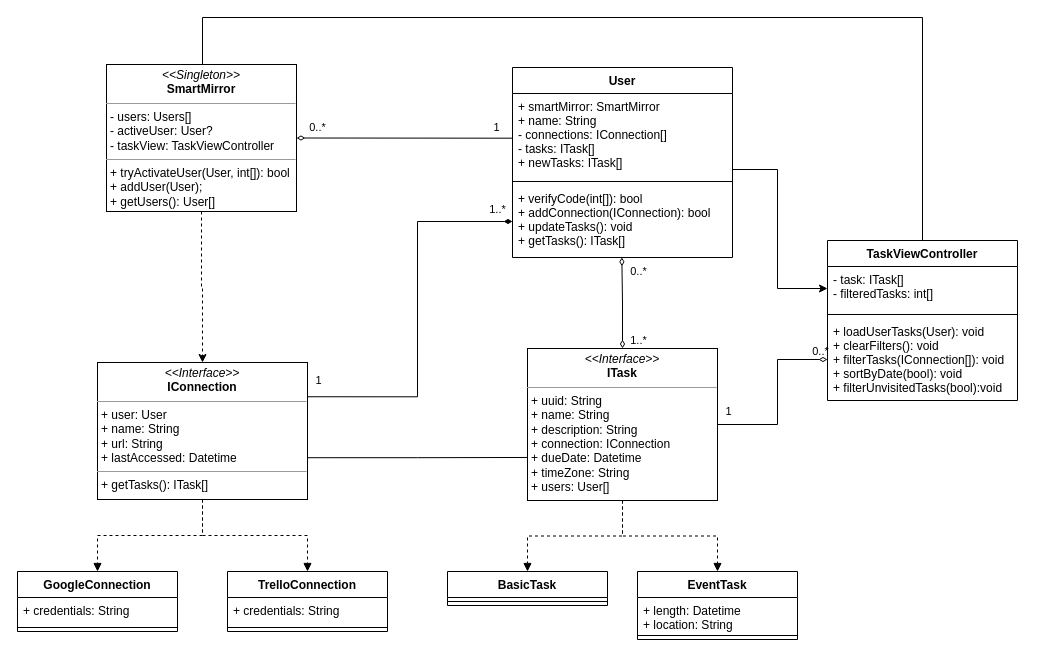
Before: page "objects" (1 of 8) of smart-mirror.drawio in Bab-Lab/smart-mirror, a draw.io diagram. Source tidied: cells renumbered, new cells numbered last; positions are measured from the earlier drawing's top-left corner, leaving out a move shared by most shapes. Both pictures are drawn from the tidied source at 100%, with x=0, y=0 at pixel (17, 17).
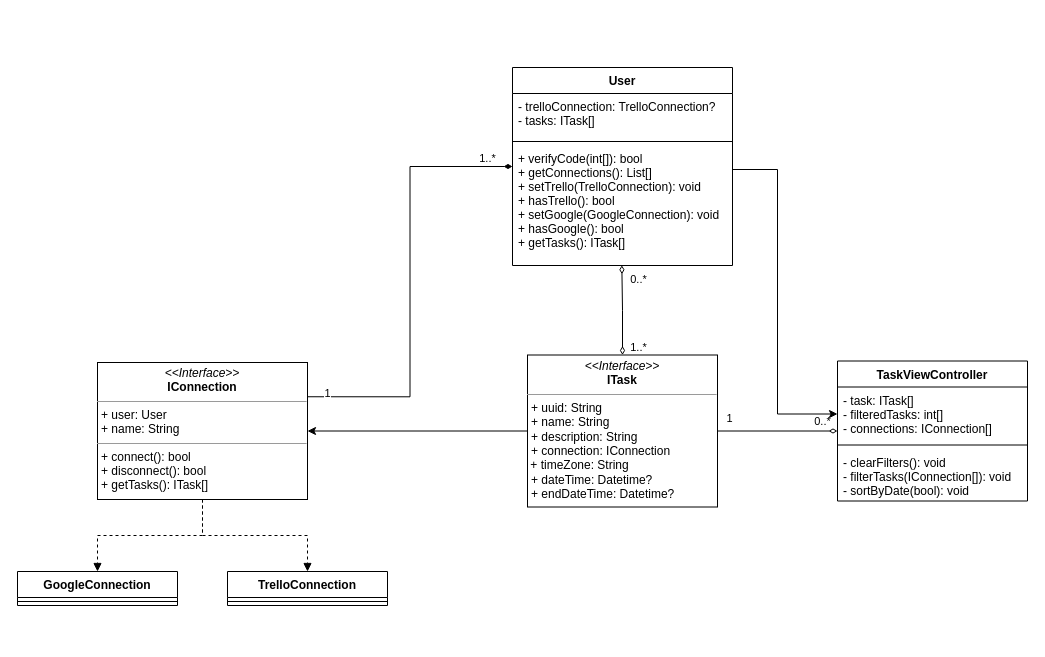
The same diagram, later.

Diff of the diagram source:
```diff
@@
-    <mxCell id="5" style="edgeStyle=orthogonalEdgeStyle;rounded=0;jettySize=auto;html=1;startArrow=none;startFill=0;endArrow=diamondThin;endFill=0;entryX=0;entryY=0.5;entryDx=0;entryDy=0;labelBackgroundColor=none;exitX=1;exitY=0.5;exitDx=0;exitDy=0;" parent="1" edge="1" source="10" target="26">
-      <mxGeometry relative="1" as="geometry">
-        <Array as="points">
-          <mxPoint x="760" y="407" />
-          <mxPoint x="760" y="342" />
-        </Array>
-      </mxGeometry>
-    </mxCell>
-    <mxCell id="6" value="1" style="edgeLabel;html=1;align=center;verticalAlign=middle;labelBackgroundColor=none;" parent="5" vertex="1">
-      <mxGeometry x="-0.81" y="-1" relative="1" as="geometry">
-        <mxPoint x="-7" y="-15" as="offset" />
-      </mxGeometry>
-    </mxCell>
-    <mxCell id="7" value="0..*" style="edgeLabel;html=1;align=center;verticalAlign=middle;labelBackgroundColor=none;" parent="5" vertex="1">
-      <mxGeometry x="-0.48" relative="1" as="geometry">
-        <mxPoint x="56" y="-74" as="offset" />
-      </mxGeometry>
-    </mxCell>
-    <mxCell id="8" style="edgeStyle=orthogonalEdgeStyle;rounded=0;jettySize=auto;html=1;startArrow=none;startFill=0;endArrow=block;endFill=1;dashed=1;labelBackgroundColor=none;" parent="1" edge="1" source="10" target="42">
-      <mxGeometry relative="1" as="geometry" />
-    </mxCell>
-    <mxCell id="9" style="edgeStyle=orthogonalEdgeStyle;rounded=0;jettySize=auto;html=1;dashed=1;startArrow=none;startFill=0;endArrow=block;endFill=1;labelBackgroundColor=none;" parent="1" edge="1" source="10" target="39">
-      <mxGeometry relative="1" as="geometry" />
-    </mxCell>
+    <mxCell id="44" style="edgeStyle=orthogonalEdgeStyle;rounded=0;jettySize=auto;html=1;entryX=1;entryY=0.5;entryDx=0;entryDy=0;" parent="1" edge="1" source="10" target="17">
+      <mxGeometry relative="1" as="geometry" />
+    </mxCell>
+    <mxCell id="45" style="edgeStyle=orthogonalEdgeStyle;rounded=0;jettySize=auto;html=1;endArrow=diamondThin;endFill=0;" parent="1" edge="1" source="10" target="23">
+      <mxGeometry relative="1" as="geometry" />
+    </mxCell>
+    <mxCell id="46" value="0..*" style="edgeLabel;html=1;align=center;verticalAlign=middle;" parent="45" vertex="1">
+      <mxGeometry x="0.73" y="1" relative="1" as="geometry">
+        <mxPoint y="-9" as="offset" />
+      </mxGeometry>
+    </mxCell>
+    <mxCell id="47" value="1" style="edgeLabel;html=1;align=center;verticalAlign=middle;" parent="45" vertex="1">
+      <mxGeometry x="-0.81" y="1" relative="1" as="geometry">
+        <mxPoint y="-12" as="offset" />
+      </mxGeometry>
+    </mxCell>
-    <mxCell id="10" value="&lt;p style=&quot;margin: 0px ; margin-top: 4px ; text-align: center&quot;&gt;&lt;i&gt;&amp;lt;&amp;lt;Interface&amp;gt;&amp;gt;&lt;/i&gt;&lt;br&gt;&lt;b&gt;ITask&lt;/b&gt;&lt;/p&gt;&lt;hr size=&quot;1&quot;&gt;&lt;p style=&quot;margin: 0px ; margin-left: 4px&quot;&gt;+ uuid: String&lt;br&gt;+ name: String&lt;/p&gt;&lt;p style=&quot;margin: 0px ; margin-left: 4px&quot;&gt;+ description: String&lt;/p&gt;&lt;p style=&quot;margin: 0px ; margin-left: 4px&quot;&gt;+ connection: IConnection&lt;/p&gt;&lt;p style=&quot;margin: 0px ; margin-left: 4px&quot;&gt;+ dueDate: Datetime&lt;/p&gt;&lt;p style=&quot;margin: 0px ; margin-left: 4px&quot;&gt;+ timeZone: String&lt;/p&gt;&lt;p style=&quot;margin: 0px ; margin-left: 4px&quot;&gt;+ users: User[]&lt;/p&gt;&lt;hr size=&quot;1&quot;&gt;&lt;p style=&quot;margin: 0px ; margin-left: 4px&quot;&gt;&lt;br&gt;&lt;/p&gt;" style="verticalAlign=top;align=left;overflow=fill;fontSize=12;fontFamily=Helvetica;html=1;labelBackgroundColor=none;" parent="1" vertex="1">
-      <mxGeometry x="510" y="331" width="190" height="152" as="geometry" />
+    <mxCell id="10" value="&lt;p style=&quot;margin: 0px ; margin-top: 4px ; text-align: center&quot;&gt;&lt;i&gt;&amp;lt;&amp;lt;Interface&amp;gt;&amp;gt;&lt;/i&gt;&lt;br&gt;&lt;b&gt;ITask&lt;/b&gt;&lt;/p&gt;&lt;hr size=&quot;1&quot;&gt;&lt;p style=&quot;margin: 0px ; margin-left: 4px&quot;&gt;+ uuid: String&lt;br&gt;+ name: String&lt;/p&gt;&lt;p style=&quot;margin: 0px ; margin-left: 4px&quot;&gt;+ description: String&lt;/p&gt;&lt;p style=&quot;margin: 0px ; margin-left: 4px&quot;&gt;+ connection: IConnection&lt;/p&gt;&amp;nbsp;+ timeZone: String&lt;p style=&quot;margin: 0px ; margin-left: 4px&quot;&gt;+ dateTime: Datetime?&lt;/p&gt;&lt;p style=&quot;margin: 0px ; margin-left: 4px&quot;&gt;+ endDateTime: Datetime?&lt;/p&gt;&lt;hr size=&quot;1&quot;&gt;&lt;p style=&quot;margin: 0px ; margin-left: 4px&quot;&gt;&lt;br&gt;&lt;/p&gt;" style="verticalAlign=top;align=left;overflow=fill;fontSize=12;fontFamily=Helvetica;html=1;labelBackgroundColor=none;" parent="1" vertex="1">
+      <mxGeometry x="510" y="337.5" width="190" height="152" as="geometry" />
     </mxCell>
-    <mxCell id="11" style="edgeStyle=orthogonalEdgeStyle;rounded=0;jettySize=auto;html=1;entryX=-0.002;entryY=0.717;entryDx=0;entryDy=0;endArrow=none;endFill=0;exitX=0.999;exitY=0.695;exitDx=0;exitDy=0;labelBackgroundColor=none;exitPerimeter=0;entryPerimeter=0;" parent="1" edge="1" source="17" target="10">
-      <mxGeometry relative="1" as="geometry" />
-    </mxCell>
@@
-    <mxCell id="14" style="edgeStyle=orthogonalEdgeStyle;rounded=0;jettySize=auto;html=1;startArrow=none;startFill=0;endArrow=diamondThin;endFill=1;entryX=0;entryY=0.5;entryDx=0;entryDy=0;exitX=1;exitY=0.25;exitDx=0;exitDy=0;labelBackgroundColor=none;" parent="1" edge="1" source="17" target="22">
-      <mxGeometry relative="1" as="geometry">
-        <Array as="points">
-          <mxPoint x="400" y="379" />
-          <mxPoint x="400" y="204" />
-        </Array>
-      </mxGeometry>
-    </mxCell>
-    <mxCell id="15" value="1" style="edgeLabel;html=1;align=center;verticalAlign=middle;labelBackgroundColor=none;" parent="14" vertex="1">
-      <mxGeometry x="-0.85" y="-1" relative="1" as="geometry">
-        <mxPoint x="-18" y="-18" as="offset" />
-      </mxGeometry>
-    </mxCell>
-    <mxCell id="16" value="1..*" style="edgeLabel;html=1;align=center;verticalAlign=middle;labelBackgroundColor=none;" parent="14" vertex="1">
-      <mxGeometry x="0.82" y="3" relative="1" as="geometry">
-        <mxPoint x="19" y="-10" as="offset" />
-      </mxGeometry>
-    </mxCell>
-    <mxCell id="17" value="&lt;p style=&quot;margin: 0px ; margin-top: 4px ; text-align: center&quot;&gt;&lt;i&gt;&amp;lt;&amp;lt;Interface&amp;gt;&amp;gt;&lt;/i&gt;&lt;br&gt;&lt;b&gt;IConnection&lt;/b&gt;&lt;/p&gt;&lt;hr size=&quot;1&quot;&gt;&lt;p style=&quot;margin: 0px ; margin-left: 4px&quot;&gt;+ user: User&lt;/p&gt;&lt;p style=&quot;margin: 0px ; margin-left: 4px&quot;&gt;+ name: String&lt;/p&gt;&lt;p style=&quot;margin: 0px ; margin-left: 4px&quot;&gt;+ url: String&lt;br&gt;+ lastAccessed: Datetime&lt;/p&gt;&lt;hr size=&quot;1&quot;&gt;&lt;p style=&quot;margin: 0px ; margin-left: 4px&quot;&gt;&lt;span&gt;+ getTasks(): ITask[]&amp;nbsp;&lt;/span&gt;&lt;br&gt;&lt;/p&gt;" style="verticalAlign=top;align=left;overflow=fill;fontSize=12;fontFamily=Helvetica;html=1;labelBackgroundColor=none;" parent="1" vertex="1">
+    <mxCell id="17" value="&lt;p style=&quot;margin: 0px ; margin-top: 4px ; text-align: center&quot;&gt;&lt;i&gt;&amp;lt;&amp;lt;Interface&amp;gt;&amp;gt;&lt;/i&gt;&lt;br&gt;&lt;b&gt;IConnection&lt;/b&gt;&lt;/p&gt;&lt;hr size=&quot;1&quot;&gt;&lt;p style=&quot;margin: 0px ; margin-left: 4px&quot;&gt;+ user: User&lt;/p&gt;&lt;p style=&quot;margin: 0px ; margin-left: 4px&quot;&gt;+ name: String&lt;/p&gt;&lt;hr size=&quot;1&quot;&gt;&lt;p style=&quot;margin: 0px ; margin-left: 4px&quot;&gt;&lt;span&gt;+ connect(): bool&lt;/span&gt;&lt;/p&gt;&lt;p style=&quot;margin: 0px ; margin-left: 4px&quot;&gt;&lt;span&gt;+ disconnect(): bool&lt;/span&gt;&lt;/p&gt;&lt;p style=&quot;margin: 0px ; margin-left: 4px&quot;&gt;&lt;span&gt;+ getTasks(): ITask[]&amp;nbsp;&lt;/span&gt;&lt;br&gt;&lt;/p&gt;" style="verticalAlign=top;align=left;overflow=fill;fontSize=12;fontFamily=Helvetica;html=1;labelBackgroundColor=none;" parent="1" vertex="1">
       <mxGeometry x="80" y="345" width="210" height="137" as="geometry" />
     </mxCell>
     <mxCell id="18" style="edgeStyle=orthogonalEdgeStyle;rounded=0;jettySize=auto;html=1;startArrow=none;startFill=0;endArrow=classic;endFill=1;entryX=0;entryY=0.5;entryDx=0;entryDy=0;labelBackgroundColor=none;" parent="1" edge="1" source="19" target="24">
       <mxGeometry relative="1" as="geometry">
         <Array as="points">
           <mxPoint x="760" y="152" />
-          <mxPoint x="760" y="271" />
+          <mxPoint x="760" y="397" />
+          <mxPoint x="820" y="397" />
         </Array>
       </mxGeometry>
     </mxCell>
+    <mxCell id="48" style="edgeStyle=orthogonalEdgeStyle;rounded=0;jettySize=auto;html=1;entryX=1;entryY=0.25;entryDx=0;entryDy=0;endArrow=none;endFill=0;startArrow=diamondThin;startFill=1;" parent="1" edge="1" source="19" target="17">
+      <mxGeometry relative="1" as="geometry" />
+    </mxCell>
+    <mxCell id="16" value="1..*" style="edgeLabel;html=1;align=center;verticalAlign=middle;" parent="48" vertex="1">
+      <mxGeometry x="-0.88" y="-4" relative="1" as="geometry">
+        <mxPoint y="-5" as="offset" />
+      </mxGeometry>
+    </mxCell>
+    <mxCell id="49" value="1" style="edgeLabel;html=1;align=center;verticalAlign=middle;" parent="48" vertex="1">
+      <mxGeometry x="0.91" y="-4" relative="1" as="geometry" />
+    </mxCell>
     <mxCell id="19" value="User" style="swimlane;fontStyle=1;align=center;verticalAlign=top;horizontal=1;startSize=26;fillColor=#FFFFFF;labelBackgroundColor=none;" parent="1" vertex="1">
-      <mxGeometry x="495" y="50" width="220" height="190" as="geometry" />
+      <mxGeometry x="495" y="50" width="220" height="198" as="geometry" />
     </mxCell>
-    <mxCell id="20" value="+ smartMirror: SmartMirror&#10;+ name: String&#10;- connections: IConnection[]&#10;- tasks: ITask[]&#10;+ newTasks: ITask[]&#10;" style="text;strokeColor=none;fillColor=none;align=left;verticalAlign=top;spacingLeft=4;spacingRight=4;overflow=hidden;points=[[0,0.5],[1,0.5]];portConstraint=eastwest;labelBackgroundColor=none;" parent="19" vertex="1">
-      <mxGeometry y="26" width="220" height="84" as="geometry" />
+    <mxCell id="20" value="- trelloConnection: TrelloConnection?&#10;- tasks: ITask[]" style="text;strokeColor=none;fillColor=none;align=left;verticalAlign=top;spacingLeft=4;spacingRight=4;overflow=hidden;points=[[0,0.5],[1,0.5]];portConstraint=eastwest;labelBackgroundColor=none;" parent="19" vertex="1">
+      <mxGeometry y="26" width="220" height="44" as="geometry" />
     </mxCell>
     <mxCell id="21" style="line;strokeWidth=1;fillColor=none;align=left;verticalAlign=middle;spacingTop=-1;spacingLeft=3;spacingRight=3;labelPosition=right;labelBackgroundColor=none;" parent="19" vertex="1">
-      <mxGeometry y="110" width="220" height="8" as="geometry" />
+      <mxGeometry y="70" width="220" height="8" as="geometry" />
     </mxCell>
-    <mxCell id="22" value="+ verifyCode(int[]): bool&#10;+ addConnection(IConnection): bool&#10;+ updateTasks(): void&#10;+ getTasks(): ITask[]" style="text;strokeColor=none;fillColor=none;align=left;verticalAlign=top;spacingLeft=4;spacingRight=4;overflow=hidden;points=[[0,0.5],[1,0.5]];portConstraint=eastwest;labelBackgroundColor=none;" parent="19" vertex="1">
-      <mxGeometry y="118" width="220" height="72" as="geometry" />
+    <mxCell id="22" value="+ verifyCode(int[]): bool&#10;+ getConnections(): List[]&#10;+ setTrello(TrelloConnection): void&#10;+ hasTrello(): bool&#10;+ setGoogle(GoogleConnection): void&#10;+ hasGoogle(): bool&#10;+ getTasks(): ITask[]" style="text;strokeColor=none;fillColor=none;align=left;verticalAlign=top;spacingLeft=4;spacingRight=4;overflow=hidden;points=[[0,0.5],[1,0.5]];portConstraint=eastwest;labelBackgroundColor=none;" parent="19" vertex="1">
+      <mxGeometry y="78" width="220" height="120" as="geometry" />
     </mxCell>
     <mxCell id="23" value="TaskViewController" style="swimlane;fontStyle=1;align=center;verticalAlign=top;horizontal=1;startSize=26;fillColor=#FFFFFF;labelBackgroundColor=none;" parent="1" vertex="1">
-      <mxGeometry x="810" y="223" width="190" height="160" as="geometry" />
+      <mxGeometry x="820" y="343.5" width="190" height="140" as="geometry" />
     </mxCell>
-    <mxCell id="24" value="- task: ITask[]&#10;- filteredTasks: int[]" style="text;strokeColor=none;fillColor=none;align=left;verticalAlign=top;spacingLeft=4;spacingRight=4;overflow=hidden;points=[[0,0.5],[1,0.5]];portConstraint=eastwest;labelBackgroundColor=none;" parent="23" vertex="1">
-      <mxGeometry y="26" width="190" height="44" as="geometry" />
+    <mxCell id="24" value="- task: ITask[]&#10;- filteredTasks: int[]&#10;- connections: IConnection[]" style="text;strokeColor=none;fillColor=none;align=left;verticalAlign=top;spacingLeft=4;spacingRight=4;overflow=hidden;points=[[0,0.5],[1,0.5]];portConstraint=eastwest;labelBackgroundColor=none;" parent="23" vertex="1">
+      <mxGeometry y="26" width="190" height="54" as="geometry" />
     </mxCell>
     <mxCell id="25" style="line;strokeWidth=1;fillColor=none;align=left;verticalAlign=middle;spacingTop=-1;spacingLeft=3;spacingRight=3;labelPosition=right;labelBackgroundColor=none;" parent="23" vertex="1">
-      <mxGeometry y="70" width="190" height="8" as="geometry" />
+      <mxGeometry y="80" width="190" height="8" as="geometry" />
     </mxCell>
-    <mxCell id="26" value="+ loadUserTasks(User): void&#10;+ clearFilters(): void&#10;+ filterTasks(IConnection[]): void&#10;+ sortByDate(bool): void&#10;+ filterUnvisitedTasks(bool):void" style="text;strokeColor=none;fillColor=none;align=left;verticalAlign=top;spacingLeft=4;spacingRight=4;overflow=hidden;points=[[0,0.5],[1,0.5]];portConstraint=eastwest;labelBackgroundColor=none;" parent="23" vertex="1">
-      <mxGeometry y="78" width="190" height="82" as="geometry" />
+    <mxCell id="26" value="- clearFilters(): void&#10;- filterTasks(IConnection[]): void&#10;- sortByDate(bool): void" style="text;strokeColor=none;fillColor=none;align=left;verticalAlign=top;spacingLeft=4;spacingRight=4;overflow=hidden;points=[[0,0.5],[1,0.5]];portConstraint=eastwest;labelBackgroundColor=none;" parent="23" vertex="1">
+      <mxGeometry y="88" width="190" height="52" as="geometry" />
     </mxCell>
-    <mxCell id="27" style="edgeStyle=orthogonalEdgeStyle;rounded=0;jettySize=auto;html=1;entryX=0.5;entryY=0;entryDx=0;entryDy=0;startArrow=none;startFill=0;endArrow=classic;endFill=1;dashed=1;labelBackgroundColor=none;" parent="1" edge="1" source="32" target="17">
-      <mxGeometry relative="1" as="geometry" />
-    </mxCell>
-    <mxCell id="28" style="rounded=0;jettySize=auto;html=1;startArrow=diamondThin;startFill=0;endArrow=none;endFill=0;entryX=-0.002;entryY=0.532;entryDx=0;entryDy=0;labelBackgroundColor=none;entryPerimeter=0;exitX=1;exitY=0.5;exitDx=0;exitDy=0;" parent="1" edge="1" source="32" target="20">
-      <mxGeometry relative="1" as="geometry" />
-    </mxCell>
-    <mxCell id="29" value="0..*" style="edgeLabel;html=1;align=center;verticalAlign=middle;labelBackgroundColor=none;" parent="28" vertex="1">
-      <mxGeometry x="-0.28" relative="1" as="geometry">
-        <mxPoint x="-57" y="-11" as="offset" />
-      </mxGeometry>
-    </mxCell>
-    <mxCell id="30" value="1" style="edgeLabel;html=1;align=center;verticalAlign=middle;labelBackgroundColor=none;" parent="28" vertex="1">
-      <mxGeometry x="0.69" y="-2" relative="1" as="geometry">
-        <mxPoint x="18" y="-13" as="offset" />
-      </mxGeometry>
-    </mxCell>
-    <mxCell id="31" style="edgeStyle=orthogonalEdgeStyle;rounded=0;jettySize=auto;html=1;labelBackgroundColor=default;endArrow=none;endFill=0;" parent="1" edge="1" source="32" target="23">
-      <mxGeometry relative="1" as="geometry">
-        <Array as="points">
-          <mxPoint x="185" />
-          <mxPoint x="905" />
-        </Array>
-      </mxGeometry>
-    </mxCell>
-    <mxCell id="32" value="&lt;p style=&quot;margin: 0px ; margin-top: 4px ; text-align: center&quot;&gt;&lt;i&gt;&amp;lt;&amp;lt;Singleton&amp;gt;&amp;gt;&lt;/i&gt;&lt;br&gt;&lt;b&gt;SmartMirror&lt;/b&gt;&lt;/p&gt;&lt;hr size=&quot;1&quot;&gt;&lt;p style=&quot;margin: 0px ; margin-left: 4px&quot;&gt;- users: Users[]&lt;br&gt;&lt;/p&gt;&lt;p style=&quot;margin: 0px ; margin-left: 4px&quot;&gt;- activeUser: User?&lt;/p&gt;&lt;p style=&quot;margin: 0px ; margin-left: 4px&quot;&gt;- taskView: TaskViewController&lt;/p&gt;&lt;hr size=&quot;1&quot;&gt;&lt;p style=&quot;margin: 0px ; margin-left: 4px&quot;&gt;+ tryActivateUser(User, int[]): bool&lt;/p&gt;&lt;p style=&quot;margin: 0px ; margin-left: 4px&quot;&gt;+ addUser(User);&lt;/p&gt;&lt;p style=&quot;margin: 0px ; margin-left: 4px&quot;&gt;+ getUsers(): User[]&lt;/p&gt;" style="verticalAlign=top;align=left;overflow=fill;fontSize=12;fontFamily=Helvetica;html=1;fillColor=#FFFFFF;labelBackgroundColor=none;" parent="1" vertex="1">
-      <mxGeometry x="89" y="47" width="190" height="147" as="geometry" />
-    </mxCell>
     <mxCell id="33" value="TrelloConnection" style="swimlane;fontStyle=1;align=center;verticalAlign=top;horizontal=1;startSize=26;fillColor=#FFFFFF;labelBackgroundColor=none;" parent="1" vertex="1">
-      <mxGeometry x="210" y="554" width="160" height="60" as="geometry" />
+      <mxGeometry x="210" y="554" width="160" height="34" as="geometry" />
     </mxCell>
-    <mxCell id="34" value="+ credentials: String" style="text;strokeColor=none;fillColor=none;align=left;verticalAlign=top;spacingLeft=4;spacingRight=4;overflow=hidden;labelBackgroundColor=none;" parent="33" vertex="1">
-      <mxGeometry y="26" width="160" height="26" as="geometry" />
-    </mxCell>
     <mxCell id="35" style="line;strokeWidth=1;fillColor=none;align=left;verticalAlign=middle;spacingTop=-1;spacingLeft=3;spacingRight=3;labelPosition=right;labelBackgroundColor=none;" parent="33" vertex="1">
-      <mxGeometry y="52" width="160" height="8" as="geometry" />
+      <mxGeometry y="26" width="160" height="8" as="geometry" />
     </mxCell>
     <mxCell id="36" value="GoogleConnection" style="swimlane;fontStyle=1;align=center;verticalAlign=top;horizontal=1;startSize=26;fillColor=#FFFFFF;labelBackgroundColor=none;" parent="1" vertex="1">
-      <mxGeometry y="554" width="160" height="60" as="geometry" />
+      <mxGeometry y="554" width="160" height="34" as="geometry" />
     </mxCell>
-    <mxCell id="37" value="+ credentials: String" style="text;strokeColor=none;fillColor=none;align=left;verticalAlign=top;spacingLeft=4;spacingRight=4;overflow=hidden;labelBackgroundColor=none;" parent="36" vertex="1">
-      <mxGeometry y="26" width="160" height="26" as="geometry" />
-    </mxCell>
     <mxCell id="38" style="line;strokeWidth=1;fillColor=none;align=left;verticalAlign=middle;spacingTop=-1;spacingLeft=3;spacingRight=3;labelPosition=right;labelBackgroundColor=none;" parent="36" vertex="1">
-      <mxGeometry y="52" width="160" height="8" as="geometry" />
+      <mxGeometry y="26" width="160" height="8" as="geometry" />
     </mxCell>
-    <mxCell id="39" value="EventTask" style="swimlane;fontStyle=1;align=center;verticalAlign=top;horizontal=1;startSize=26;labelBackgroundColor=none;" parent="1" vertex="1">
-      <mxGeometry x="620" y="554" width="160" height="68" as="geometry" />
-    </mxCell>
-    <mxCell id="40" value="+ length: Datetime&#10;+ location: String" style="text;strokeColor=none;fillColor=none;align=left;verticalAlign=top;spacingLeft=4;spacingRight=4;overflow=hidden;labelBackgroundColor=none;" parent="39" vertex="1">
-      <mxGeometry y="26" width="160" height="34" as="geometry" />
-    </mxCell>
-    <mxCell id="41" style="line;strokeWidth=1;fillColor=none;align=left;verticalAlign=middle;spacingTop=-1;spacingLeft=3;spacingRight=3;labelPosition=right;labelBackgroundColor=none;" parent="39" vertex="1">
-      <mxGeometry y="60" width="160" height="8" as="geometry" />
-    </mxCell>
-    <mxCell id="42" value="BasicTask" style="swimlane;fontStyle=1;align=center;verticalAlign=top;horizontal=1;startSize=26;labelBackgroundColor=none;" parent="1" vertex="1">
-      <mxGeometry x="430" y="554" width="160" height="34" as="geometry" />
-    </mxCell>
-    <mxCell id="43" style="line;strokeWidth=1;fillColor=none;align=left;verticalAlign=middle;spacingTop=-1;spacingLeft=3;spacingRight=3;labelPosition=right;labelBackgroundColor=none;" parent="42" vertex="1">
-      <mxGeometry y="26" width="160" height="8" as="geometry" />
-    </mxCell>
```
